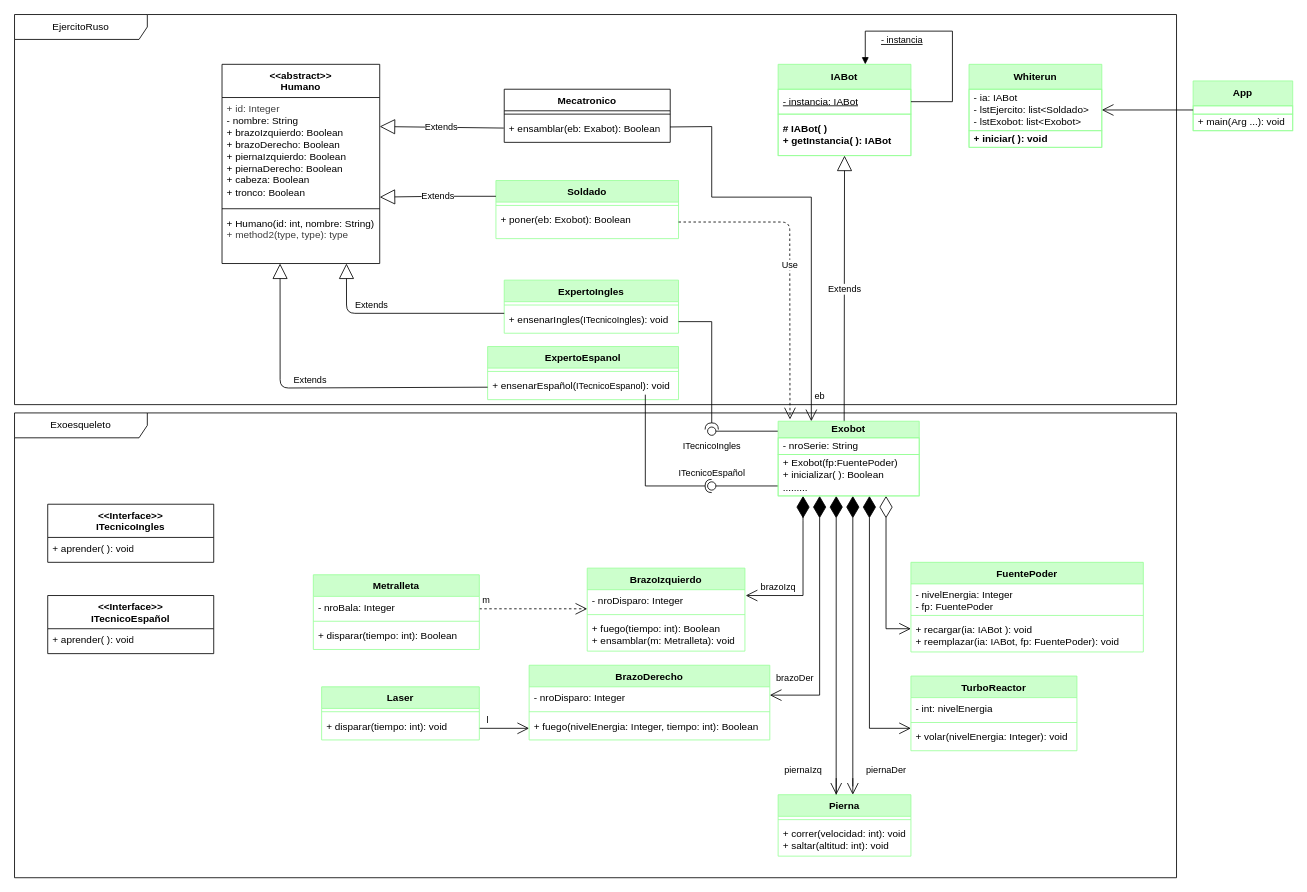
JhosuaS/exobotExam keeps this draw.io diagram as page "Page-1" (1 of 2) of design/DiagramaCasoExobot.drawio. Above is the earlier version. Source tidied: cells renumbered, new cells numbered last; positions are measured from the earlier drawing's top-left corner, leaving out a move shared by most shapes. Both pictures are drawn from the tidied source at 83%, with x=0, y=0 at pixel (14, 14).
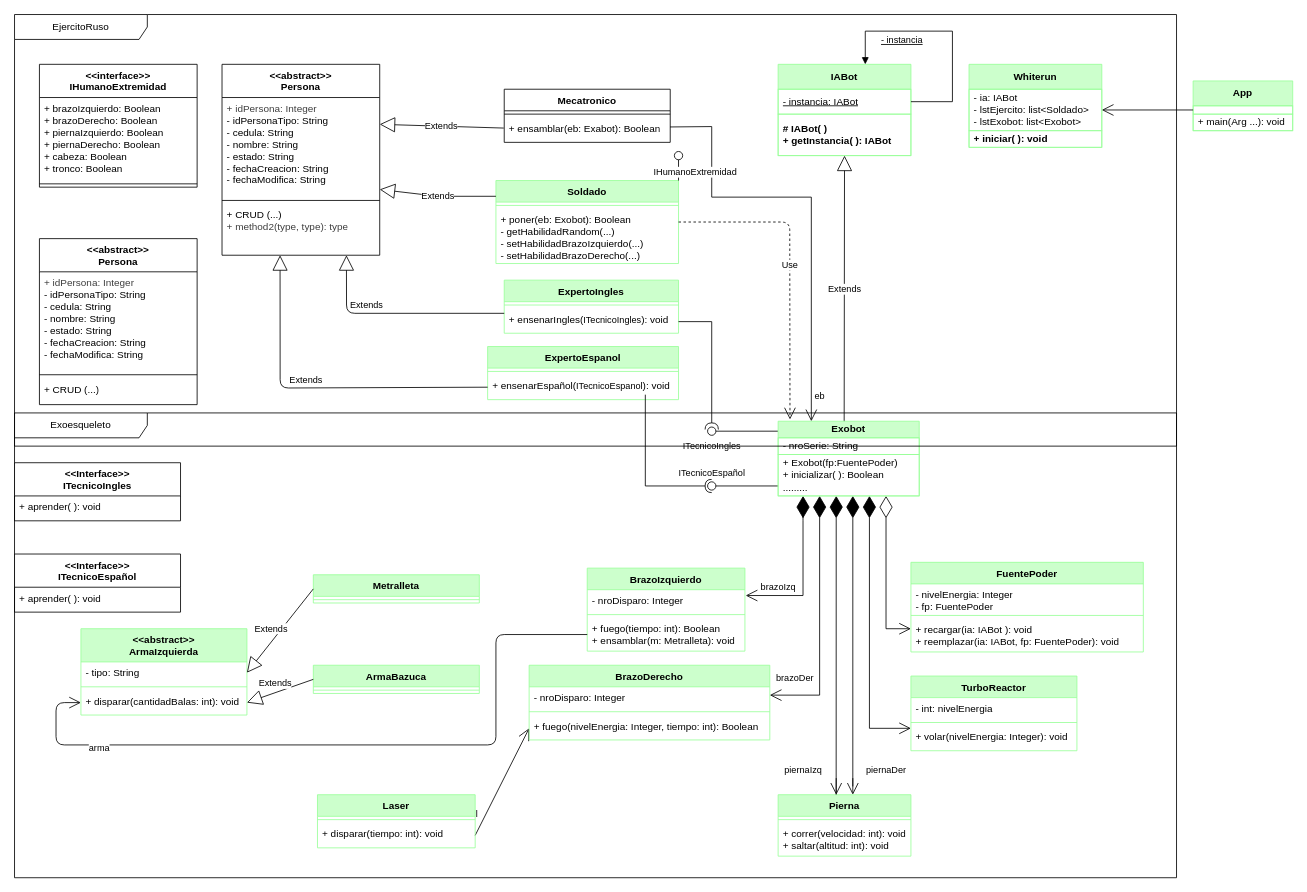
The same diagram, later.

The change refers to these unchanged cells:
```xml
<mxCell id="24" value="- nroDisparo: Integer" style="text;strokeColor=none;fillColor=none;align=left;verticalAlign=top;spacingLeft=4;spacingRight=4;overflow=hidden;points=[[0,0.5],[1,0.5]];portConstraint=eastwest;whiteSpace=wrap;html=1;" parent="23" vertex="1">
  <mxGeometry y="26" width="190" height="26" as="geometry" />
</mxCell>
<mxCell id="26" value="+ fuego(tiempo: int): Boolean&lt;div&gt;+ ensamblar(m: Metralleta): void&lt;/div&gt;" style="text;strokeColor=none;fillColor=none;align=left;verticalAlign=top;spacingLeft=4;spacingRight=4;overflow=hidden;points=[[0,0.5],[1,0.5]];portConstraint=eastwest;whiteSpace=wrap;html=1;" parent="23" vertex="1">
  <mxGeometry y="60" width="190" height="40" as="geometry" />
</mxCell>
<mxCell id="37" style="group;" parent="1" vertex="1">
  <mxGeometry x="250" y="40" width="190" height="260" as="geometry" />
</mxCell>
<mxCell id="57" value="Exoesqueleto" style="shape=umlFrame;whiteSpace=wrap;html=1;width=160;" parent="1" vertex="1">
  <mxGeometry y="480" width="1400" height="560" as="geometry" />
</mxCell>
<mxCell id="68" value="&lt;div&gt;+ disparar(tiempo: int): void&lt;/div&gt;" style="text;strokeColor=none;fillColor=none;align=left;verticalAlign=top;spacingLeft=4;spacingRight=4;overflow=hidden;points=[[0,0.5],[1,0.5]];portConstraint=eastwest;whiteSpace=wrap;html=1;" parent="66" vertex="1">
  <mxGeometry y="34" width="190" height="30" as="geometry" />
</mxCell>
```

Diff of the diagram source:
```diff
@@
     <mxCell id="10" value="Soldado" style="swimlane;fontStyle=1;align=center;verticalAlign=top;horizontal=1;startSize=26;whiteSpace=wrap;html=1;strokeColor=#99FF99;fillColor=#CCFFCC;" parent="1" vertex="1">
-      <mxGeometry x="580" y="200" width="220" height="70" as="geometry" />
+      <mxGeometry x="580" y="200" width="220" height="100" as="geometry" />
     </mxCell>
@@
-    <mxCell id="12" value="+ poner(eb: Exobot): Boolean" style="text;strokeColor=none;fillColor=none;align=left;verticalAlign=top;spacingLeft=4;spacingRight=4;overflow=hidden;whiteSpace=wrap;html=1;" parent="10" vertex="1">
-      <mxGeometry y="34" width="220" height="36" as="geometry" />
+    <mxCell id="12" value="&lt;font style=&quot;color: light-dark(rgb(0, 0, 0), rgb(255, 255, 255));&quot;&gt;+ poner(eb: Exobot): Boolean&lt;/font&gt;&lt;div&gt;&lt;font style=&quot;color: light-dark(rgb(0, 0, 0), rgb(255, 255, 255));&quot;&gt;- getHabilidadRandom(...)&lt;/font&gt;&lt;/div&gt;&lt;div&gt;&lt;span style=&quot;color: rgb(192, 192, 192);&quot;&gt;&lt;font style=&quot;color: light-dark(rgb(0, 0, 0), rgb(255, 255, 255));&quot;&gt;- setHabilidadBrazoIzquierdo(...)&lt;/font&gt;&lt;/span&gt;&lt;/div&gt;&lt;div&gt;&lt;span style=&quot;background-color: transparent; color: rgb(192, 192, 192);&quot;&gt;&lt;font style=&quot;color: light-dark(rgb(0, 0, 0), rgb(255, 255, 255));&quot;&gt;- setHabilidadBrazoDerecho(...)&lt;/font&gt;&lt;/span&gt;&lt;/div&gt;&lt;div&gt;&lt;div&gt;&lt;br style=&quot;color: rgb(192, 192, 192);&quot;&gt;&lt;/div&gt;&lt;/div&gt;" style="text;strokeColor=none;fillColor=none;align=left;verticalAlign=top;spacingLeft=4;spacingRight=4;overflow=hidden;whiteSpace=wrap;html=1;" parent="10" vertex="1">
+      <mxGeometry y="34" width="220" height="66" as="geometry" />
     </mxCell>
@@
-    <mxCell id="38" value="&amp;lt;&amp;lt;abstract&amp;gt;&amp;gt;&lt;br&gt;Humano" style="swimlane;fontStyle=1;align=center;verticalAlign=top;horizontal=1;startSize=40;whiteSpace=wrap;html=1;" parent="37" vertex="1">
-      <mxGeometry y="20" width="190" height="240" as="geometry" />
+    <mxCell id="38" value="&amp;lt;&amp;lt;abstract&amp;gt;&amp;gt;&lt;br&gt;Persona" style="swimlane;fontStyle=1;align=center;verticalAlign=top;horizontal=1;startSize=40;whiteSpace=wrap;html=1;" parent="37" vertex="1">
+      <mxGeometry y="20" width="190" height="230" as="geometry" />
     </mxCell>
-    <mxCell id="39" value="&lt;div&gt;&lt;span style=&quot;color: rgb(63, 63, 63);&quot;&gt;+ id: Integer&lt;/span&gt;&lt;/div&gt;- nombre: String&lt;div&gt;&lt;span style=&quot;color: rgb(0, 0, 0);&quot;&gt;+ brazoIzquierdo: Boolean&lt;/span&gt;&lt;div&gt;+ brazoDerecho&lt;span style=&quot;background-color: transparent; color: rgb(0, 0, 0);&quot;&gt;: Boolean&lt;/span&gt;&lt;/div&gt;&lt;div&gt;&lt;span style=&quot;background-color: transparent; color: rgb(0, 0, 0);&quot;&gt;+ piernaIzquierdo&lt;/span&gt;&lt;span style=&quot;background-color: transparent; color: rgb(0, 0, 0);&quot;&gt;: Boolean&lt;/span&gt;&lt;/div&gt;&lt;div&gt;&lt;span style=&quot;background-color: transparent; color: rgb(0, 0, 0);&quot;&gt;+ piernaDerecho&lt;/span&gt;&lt;span style=&quot;background-color: transparent; color: rgb(0, 0, 0);&quot;&gt;: Boolean&lt;/span&gt;&lt;/div&gt;&lt;div&gt;&lt;span style=&quot;background-color: transparent; color: rgb(0, 0, 0);&quot;&gt;+ cabeza&lt;/span&gt;&lt;span style=&quot;background-color: transparent; color: rgb(0, 0, 0);&quot;&gt;: Boolean&lt;/span&gt;&lt;/div&gt;&lt;div&gt;&lt;span style=&quot;background-color: transparent; color: rgb(0, 0, 0);&quot;&gt;+ tronco&lt;/span&gt;&lt;span style=&quot;background-color: transparent; color: rgb(0, 0, 0);&quot;&gt;: Boolean&lt;/span&gt;&lt;/div&gt;&lt;/div&gt;" style="text;strokeColor=none;fillColor=none;align=left;verticalAlign=top;spacingLeft=4;spacingRight=4;overflow=hidden;points=[[0,0.5],[1,0.5]];portConstraint=eastwest;whiteSpace=wrap;html=1;" parent="38" vertex="1">
-      <mxGeometry y="40" width="190" height="130" as="geometry" />
+    <mxCell id="39" value="&lt;div&gt;&lt;span style=&quot;color: rgb(63, 63, 63);&quot;&gt;+ idPersona: Integer&lt;/span&gt;&lt;/div&gt;- &lt;font style=&quot;color: light-dark(rgb(0, 0, 0), rgb(255, 255, 255));&quot;&gt;idPersonaTipo: String&lt;/font&gt;&lt;div&gt;&lt;span style=&quot;background-color: transparent; color: rgb(255, 255, 255);&quot;&gt;&lt;font style=&quot;color: light-dark(rgb(0, 0, 0), rgb(255, 255, 255));&quot;&gt;- cedula: String&lt;/font&gt;&lt;/span&gt;&lt;/div&gt;&lt;div&gt;&lt;span style=&quot;background-color: transparent; color: rgb(255, 255, 255);&quot;&gt;&lt;font style=&quot;color: light-dark(rgb(0, 0, 0), rgb(255, 255, 255));&quot;&gt;- nombre: String&lt;/font&gt;&lt;/span&gt;&lt;/div&gt;&lt;div&gt;&lt;span style=&quot;background-color: transparent; color: rgb(255, 255, 255);&quot;&gt;&lt;font style=&quot;color: light-dark(rgb(0, 0, 0), rgb(255, 255, 255));&quot;&gt;- estado: String&lt;/font&gt;&lt;/span&gt;&lt;/div&gt;&lt;div&gt;&lt;span style=&quot;background-color: transparent; color: rgb(255, 255, 255);&quot;&gt;&lt;font style=&quot;color: light-dark(rgb(0, 0, 0), rgb(255, 255, 255));&quot;&gt;- fechaCreacion: String&lt;/font&gt;&lt;/span&gt;&lt;/div&gt;&lt;div&gt;&lt;span style=&quot;background-color: transparent; color: rgb(255, 255, 255);&quot;&gt;&lt;font style=&quot;color: light-dark(rgb(0, 0, 0), rgb(255, 255, 255));&quot;&gt;- fechaModifica: String&lt;/font&gt;&lt;/span&gt;&lt;/div&gt;" style="text;strokeColor=none;fillColor=none;align=left;verticalAlign=top;spacingLeft=4;spacingRight=4;overflow=hidden;points=[[0,0.5],[1,0.5]];portConstraint=eastwest;whiteSpace=wrap;html=1;" parent="38" vertex="1">
+      <mxGeometry y="40" width="190" height="120" as="geometry" />
     </mxCell>
     <mxCell id="40" style="line;strokeWidth=1;fillColor=none;align=left;verticalAlign=middle;spacingTop=-1;spacingLeft=3;spacingRight=3;labelPosition=right;strokeColor=inherit;" parent="38" vertex="1">
-      <mxGeometry y="170" width="190" height="8" as="geometry" />
+      <mxGeometry y="160" width="190" height="8" as="geometry" />
     </mxCell>
-    <mxCell id="41" value="+ Humano(id: int, nombre: String)&lt;div&gt;&lt;span style=&quot;color: rgb(63, 63, 63);&quot;&gt;+ method2(type,&amp;nbsp;&lt;/span&gt;&lt;span style=&quot;background-color: transparent; color: rgb(63, 63, 63);&quot;&gt;type&lt;/span&gt;&lt;span style=&quot;color: rgb(63, 63, 63); background-color: transparent;&quot;&gt;): type&lt;/span&gt;&lt;/div&gt;" style="text;strokeColor=none;fillColor=none;align=left;verticalAlign=top;spacingLeft=4;spacingRight=4;overflow=hidden;points=[[0,0.5],[1,0.5]];portConstraint=eastwest;whiteSpace=wrap;html=1;" parent="38" vertex="1">
-      <mxGeometry y="178" width="190" height="62" as="geometry" />
+    <mxCell id="41" value="+ CRUD (...)&lt;div&gt;&lt;span style=&quot;color: rgb(63, 63, 63);&quot;&gt;+ method2(type,&amp;nbsp;&lt;/span&gt;&lt;span style=&quot;background-color: transparent; color: rgb(63, 63, 63);&quot;&gt;type&lt;/span&gt;&lt;span style=&quot;color: rgb(63, 63, 63); background-color: transparent;&quot;&gt;): type&lt;/span&gt;&lt;/div&gt;" style="text;strokeColor=none;fillColor=none;align=left;verticalAlign=top;spacingLeft=4;spacingRight=4;overflow=hidden;points=[[0,0.5],[1,0.5]];portConstraint=eastwest;whiteSpace=wrap;html=1;" parent="38" vertex="1">
+      <mxGeometry y="168" width="190" height="62" as="geometry" />
     </mxCell>
@@
-    <mxCell id="53" value="m" style="endArrow=open;endSize=12;dashed=1;html=1;strokeColor=#000000;fillColor=#000000;entryX=0;entryY=0.885;entryDx=0;entryDy=0;entryPerimeter=0;" parent="1" edge="1" target="24">
-      <mxGeometry x="-0.88" y="10" relative="1" as="geometry">
-        <mxPoint x="560" y="716" as="sourcePoint" />
-        <Array as="points">
-          <mxPoint x="610" y="716" />
-        </Array>
-      </mxGeometry>
-    </mxCell>
@@
     <mxCell id="58" value="&amp;lt;&amp;lt;Interface&amp;gt;&amp;gt;&lt;div&gt;&lt;span style=&quot;color: rgb(0, 0, 0);&quot;&gt;ITecnicoIngles&lt;/span&gt;&lt;/div&gt;" style="swimlane;fontStyle=1;align=center;verticalAlign=top;horizontal=1;startSize=40;whiteSpace=wrap;html=1;" parent="57" vertex="1">
-      <mxGeometry x="40" y="110" width="200" height="70" as="geometry" />
+      <mxGeometry y="60" width="200" height="70" as="geometry" />
     </mxCell>
@@
-    <mxCell id="60" value="l" style="endArrow=open;endFill=1;endSize=12;html=1;" parent="57" edge="1">
+    <mxCell id="60" value="l" style="endArrow=open;endFill=1;endSize=12;html=1;exitX=1;exitY=0.5;exitDx=0;exitDy=0;" parent="57" edge="1" source="68">
       <mxGeometry x="-0.67" y="10" relative="1" as="geometry">
-        <mxPoint x="560" y="380" as="sourcePoint" />
         <mxPoint x="620" y="380" as="targetPoint" />
       </mxGeometry>
     </mxCell>
@@
     <mxCell id="64" value="&amp;lt;&amp;lt;Interface&amp;gt;&amp;gt;&lt;div&gt;&lt;span style=&quot;color: rgb(0, 0, 0);&quot;&gt;ITecnicoEspañol&lt;/span&gt;&lt;/div&gt;" style="swimlane;fontStyle=1;align=center;verticalAlign=top;horizontal=1;startSize=40;whiteSpace=wrap;html=1;" parent="57" vertex="1">
-      <mxGeometry x="40" y="220" width="200" height="70" as="geometry" />
+      <mxGeometry y="170" width="200" height="70" as="geometry" />
     </mxCell>
@@
     <mxCell id="66" value="Laser" style="swimlane;fontStyle=1;align=center;verticalAlign=top;horizontal=1;startSize=26;whiteSpace=wrap;html=1;fillColor=#CCFFCC;strokeColor=#99FF99;" parent="57" vertex="1">
-      <mxGeometry x="370" y="330" width="190" height="64" as="geometry" />
+      <mxGeometry x="365" y="460" width="190" height="64" as="geometry" />
     </mxCell>
@@
     <mxCell id="77" value="Metralleta" style="swimlane;fontStyle=1;align=center;verticalAlign=top;horizontal=1;startSize=26;whiteSpace=wrap;html=1;strokeColor=#99FF99;fillColor=#CCFFCC;" parent="57" vertex="1">
-      <mxGeometry x="360" y="195" width="200" height="90" as="geometry" />
+      <mxGeometry x="360" y="195" width="200" height="34" as="geometry" />
     </mxCell>
-    <mxCell id="78" value="- nroBala: Integer" style="text;strokeColor=none;fillColor=none;align=left;verticalAlign=top;spacingLeft=4;spacingRight=4;overflow=hidden;whiteSpace=wrap;html=1;" parent="77" vertex="1">
-      <mxGeometry y="26" width="200" height="26" as="geometry" />
-    </mxCell>
     <mxCell id="79" style="line;strokeWidth=1;fillColor=none;align=left;verticalAlign=middle;spacingTop=-1;spacingLeft=3;spacingRight=3;labelPosition=right;strokeColor=#99FF99;" parent="77" vertex="1">
-      <mxGeometry y="52" width="200" height="8" as="geometry" />
+      <mxGeometry y="26" width="200" height="8" as="geometry" />
     </mxCell>
-    <mxCell id="80" value="&lt;div&gt;+ disparar(tiempo: int): Boolean&lt;/div&gt;" style="text;strokeColor=none;fillColor=none;align=left;verticalAlign=top;spacingLeft=4;spacingRight=4;overflow=hidden;whiteSpace=wrap;html=1;" parent="77" vertex="1">
-      <mxGeometry y="60" width="200" height="30" as="geometry" />
-    </mxCell>
+    <mxCell id="99" value="ArmaBazuca" style="swimlane;fontStyle=1;align=center;verticalAlign=top;horizontal=1;startSize=26;whiteSpace=wrap;html=1;strokeColor=#99FF99;fillColor=#CCFFCC;" parent="57" vertex="1">
+      <mxGeometry x="360" y="304" width="200" height="34" as="geometry" />
+    </mxCell>
+    <mxCell id="100" style="line;strokeWidth=1;fillColor=none;align=left;verticalAlign=middle;spacingTop=-1;spacingLeft=3;spacingRight=3;labelPosition=right;strokeColor=#99FF99;" parent="99" vertex="1">
+      <mxGeometry y="26" width="200" height="8" as="geometry" />
+    </mxCell>
+    <mxCell id="101" value="&amp;lt;&amp;lt;abstract&amp;gt;&amp;gt;&lt;div&gt;ArmaIzquierda&lt;/div&gt;" style="swimlane;fontStyle=1;align=center;verticalAlign=top;horizontal=1;startSize=40;whiteSpace=wrap;html=1;strokeColor=#99FF99;fillColor=#CCFFCC;" parent="57" vertex="1">
+      <mxGeometry x="80" y="260" width="200" height="104" as="geometry" />
+    </mxCell>
+    <mxCell id="102" value="- tipo: String" style="text;strokeColor=none;fillColor=none;align=left;verticalAlign=top;spacingLeft=4;spacingRight=4;overflow=hidden;points=[[0,0.5],[1,0.5]];portConstraint=eastwest;whiteSpace=wrap;html=1;" parent="101" vertex="1">
+      <mxGeometry y="40" width="200" height="26" as="geometry" />
+    </mxCell>
+    <mxCell id="103" style="line;strokeWidth=1;fillColor=none;align=left;verticalAlign=middle;spacingTop=-1;spacingLeft=3;spacingRight=3;labelPosition=right;strokeColor=#99FF99;" parent="101" vertex="1">
+      <mxGeometry y="66" width="200" height="8" as="geometry" />
+    </mxCell>
+    <mxCell id="104" value="&lt;div&gt;+ disparar(cantidadBalas: int): void&lt;/div&gt;" style="text;strokeColor=none;fillColor=none;align=left;verticalAlign=top;spacingLeft=4;spacingRight=4;overflow=hidden;points=[[0,0.5],[1,0.5]];portConstraint=eastwest;whiteSpace=wrap;html=1;" parent="101" vertex="1">
+      <mxGeometry y="74" width="200" height="30" as="geometry" />
+    </mxCell>
+    <mxCell id="105" value="Extends" style="endArrow=block;endSize=16;endFill=0;html=1;entryX=1;entryY=0.5;entryDx=0;entryDy=0;exitX=0;exitY=0.5;exitDx=0;exitDy=0;" parent="57" edge="1" source="77" target="102">
+      <mxGeometry x="0.07" y="-10" relative="1" as="geometry" />
+    </mxCell>
+    <mxCell id="106" value="Extends" style="endArrow=block;endSize=16;endFill=0;html=1;entryX=1;entryY=0.5;entryDx=0;entryDy=0;exitX=0;exitY=0.5;exitDx=0;exitDy=0;" parent="57" edge="1" source="99" target="104">
+      <mxGeometry x="0.07" y="-10" relative="1" as="geometry" />
+    </mxCell>
@@
     <mxCell id="90" value="EjercitoRuso" style="shape=umlFrame;whiteSpace=wrap;html=1;width=160;" parent="1" vertex="1">
-      <mxGeometry width="1400" height="470" as="geometry" />
+      <mxGeometry width="1400" height="520" as="geometry" />
     </mxCell>
@@
+    <mxCell id="107" value="&amp;lt;&amp;lt;interface&amp;gt;&amp;gt;&lt;br&gt;IHumanoExtremidad" style="swimlane;fontStyle=1;align=center;verticalAlign=top;horizontal=1;startSize=40;whiteSpace=wrap;html=1;" parent="90" vertex="1">
+      <mxGeometry x="30" y="60" width="190" height="148" as="geometry" />
+    </mxCell>
+    <mxCell id="108" value="&lt;div&gt;&lt;span style=&quot;background-color: transparent;&quot;&gt;+ brazoIzquierdo: Boolean&lt;/span&gt;&lt;/div&gt;&lt;div&gt;&lt;div&gt;+ brazoDerecho&lt;span style=&quot;background-color: transparent; color: rgb(0, 0, 0);&quot;&gt;: Boolean&lt;/span&gt;&lt;/div&gt;&lt;div&gt;&lt;span style=&quot;background-color: transparent; color: rgb(0, 0, 0);&quot;&gt;+ piernaIzquierdo&lt;/span&gt;&lt;span style=&quot;background-color: transparent; color: rgb(0, 0, 0);&quot;&gt;: Boolean&lt;/span&gt;&lt;/div&gt;&lt;div&gt;&lt;span style=&quot;background-color: transparent; color: rgb(0, 0, 0);&quot;&gt;+ piernaDerecho&lt;/span&gt;&lt;span style=&quot;background-color: transparent; color: rgb(0, 0, 0);&quot;&gt;: Boolean&lt;/span&gt;&lt;/div&gt;&lt;div&gt;&lt;span style=&quot;background-color: transparent; color: rgb(0, 0, 0);&quot;&gt;+ cabeza&lt;/span&gt;&lt;span style=&quot;background-color: transparent; color: rgb(0, 0, 0);&quot;&gt;: Boolean&lt;/span&gt;&lt;/div&gt;&lt;div&gt;&lt;span style=&quot;background-color: transparent; color: rgb(0, 0, 0);&quot;&gt;+ tronco&lt;/span&gt;&lt;span style=&quot;background-color: transparent; color: rgb(0, 0, 0);&quot;&gt;: Boolean&lt;/span&gt;&lt;/div&gt;&lt;/div&gt;" style="text;strokeColor=none;fillColor=none;align=left;verticalAlign=top;spacingLeft=4;spacingRight=4;overflow=hidden;whiteSpace=wrap;html=1;" parent="107" vertex="1">
+      <mxGeometry y="40" width="190" height="100" as="geometry" />
+    </mxCell>
+    <mxCell id="109" style="line;strokeWidth=1;fillColor=none;align=left;verticalAlign=middle;spacingTop=-1;spacingLeft=3;spacingRight=3;labelPosition=right;strokeColor=inherit;" parent="107" vertex="1">
+      <mxGeometry y="140" width="190" height="8" as="geometry" />
+    </mxCell>
+    <mxCell id="110" value="&amp;lt;&amp;lt;abstract&amp;gt;&amp;gt;&lt;br&gt;Persona" style="swimlane;fontStyle=1;align=center;verticalAlign=top;horizontal=1;startSize=40;whiteSpace=wrap;html=1;" parent="90" vertex="1">
+      <mxGeometry x="30" y="270" width="190" height="200" as="geometry" />
+    </mxCell>
+    <mxCell id="111" value="&lt;div&gt;&lt;span style=&quot;color: rgb(63, 63, 63);&quot;&gt;+ idPersona: Integer&lt;/span&gt;&lt;/div&gt;- &lt;font style=&quot;color: light-dark(rgb(0, 0, 0), rgb(255, 255, 255));&quot;&gt;idPersonaTipo: String&lt;/font&gt;&lt;div&gt;&lt;span style=&quot;background-color: transparent; color: rgb(255, 255, 255);&quot;&gt;&lt;font style=&quot;color: light-dark(rgb(0, 0, 0), rgb(255, 255, 255));&quot;&gt;- cedula: String&lt;/font&gt;&lt;/span&gt;&lt;/div&gt;&lt;div&gt;&lt;span style=&quot;background-color: transparent; color: rgb(255, 255, 255);&quot;&gt;&lt;font style=&quot;color: light-dark(rgb(0, 0, 0), rgb(255, 255, 255));&quot;&gt;- nombre: String&lt;/font&gt;&lt;/span&gt;&lt;/div&gt;&lt;div&gt;&lt;span style=&quot;background-color: transparent; color: rgb(255, 255, 255);&quot;&gt;&lt;font style=&quot;color: light-dark(rgb(0, 0, 0), rgb(255, 255, 255));&quot;&gt;- estado: String&lt;/font&gt;&lt;/span&gt;&lt;/div&gt;&lt;div&gt;&lt;span style=&quot;background-color: transparent; color: rgb(255, 255, 255);&quot;&gt;&lt;font style=&quot;color: light-dark(rgb(0, 0, 0), rgb(255, 255, 255));&quot;&gt;- fechaCreacion: String&lt;/font&gt;&lt;/span&gt;&lt;/div&gt;&lt;div&gt;&lt;span style=&quot;background-color: transparent; color: rgb(255, 255, 255);&quot;&gt;&lt;font style=&quot;color: light-dark(rgb(0, 0, 0), rgb(255, 255, 255));&quot;&gt;- fechaModifica: String&lt;/font&gt;&lt;/span&gt;&lt;/div&gt;" style="text;strokeColor=none;fillColor=none;align=left;verticalAlign=top;spacingLeft=4;spacingRight=4;overflow=hidden;whiteSpace=wrap;html=1;" parent="110" vertex="1">
+      <mxGeometry y="40" width="190" height="120" as="geometry" />
+    </mxCell>
+    <mxCell id="112" style="line;strokeWidth=1;fillColor=none;align=left;verticalAlign=middle;spacingTop=-1;spacingLeft=3;spacingRight=3;labelPosition=right;strokeColor=inherit;" parent="110" vertex="1">
+      <mxGeometry y="160" width="190" height="8" as="geometry" />
+    </mxCell>
+    <mxCell id="113" value="+ CRUD (...)" style="text;strokeColor=none;fillColor=none;align=left;verticalAlign=top;spacingLeft=4;spacingRight=4;overflow=hidden;whiteSpace=wrap;html=1;" parent="110" vertex="1">
+      <mxGeometry y="168" width="190" height="32" as="geometry" />
+    </mxCell>
@@
+    <mxCell id="114" value="IHumanoExtremidad" style="rounded=0;jettySize=auto;html=1;endArrow=oval;endFill=0;sketch=0;sourcePerimeterSpacing=0;targetPerimeterSpacing=0;endSize=10;exitX=1;exitY=0;exitDx=0;exitDy=0;" parent="1" edge="1" source="10">
+      <mxGeometry x="-0.33" y="-20" relative="1" as="geometry">
+        <mxPoint x="800" y="170" as="targetPoint" />
+      </mxGeometry>
+    </mxCell>
+    <mxCell id="115" style="edgeStyle=orthogonalEdgeStyle;html=1;exitX=0;exitY=0.5;exitDx=0;exitDy=0;entryX=0;entryY=0.5;entryDx=0;entryDy=0;endArrow=open;endFill=0;endSize=12;" parent="1" edge="1" source="26" target="104">
+      <mxGeometry relative="1" as="geometry">
+        <Array as="points">
+          <mxPoint x="580" y="747" />
+          <mxPoint x="580" y="880" />
+          <mxPoint x="50" y="880" />
+          <mxPoint x="50" y="829" />
+        </Array>
+      </mxGeometry>
+    </mxCell>
+    <mxCell id="116" value="arma" style="edgeLabel;html=1;align=center;verticalAlign=middle;" parent="115" vertex="1">
+      <mxGeometry x="0.69" y="3" relative="1" as="geometry" />
+    </mxCell>
```
